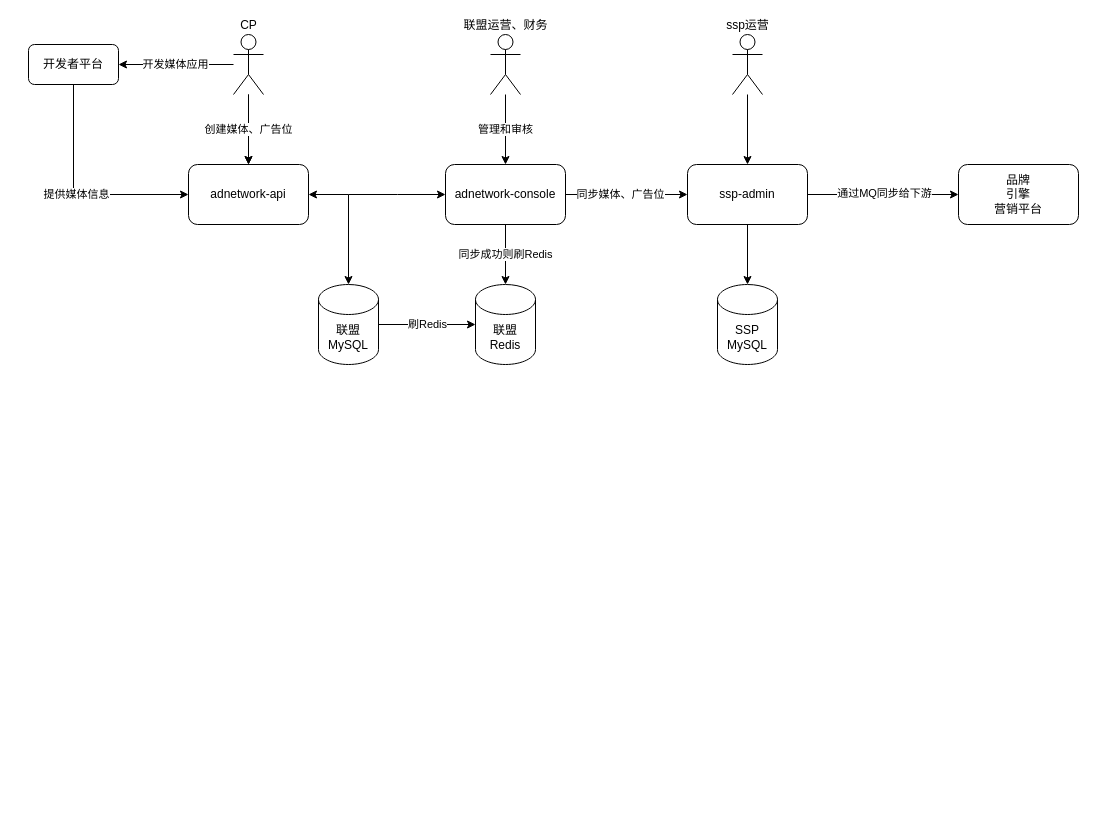
Before: 资源位创建.drawio in hugobbtt/diagrams, a draw.io diagram. Source tidied: cells renumbered, new cells numbered last; positions are measured from the earlier drawing's top-left corner, leaving out a move shared by most shapes. Both pictures are drawn from the tidied source at 100%, with x=0, y=0 at pixel (28, 34).
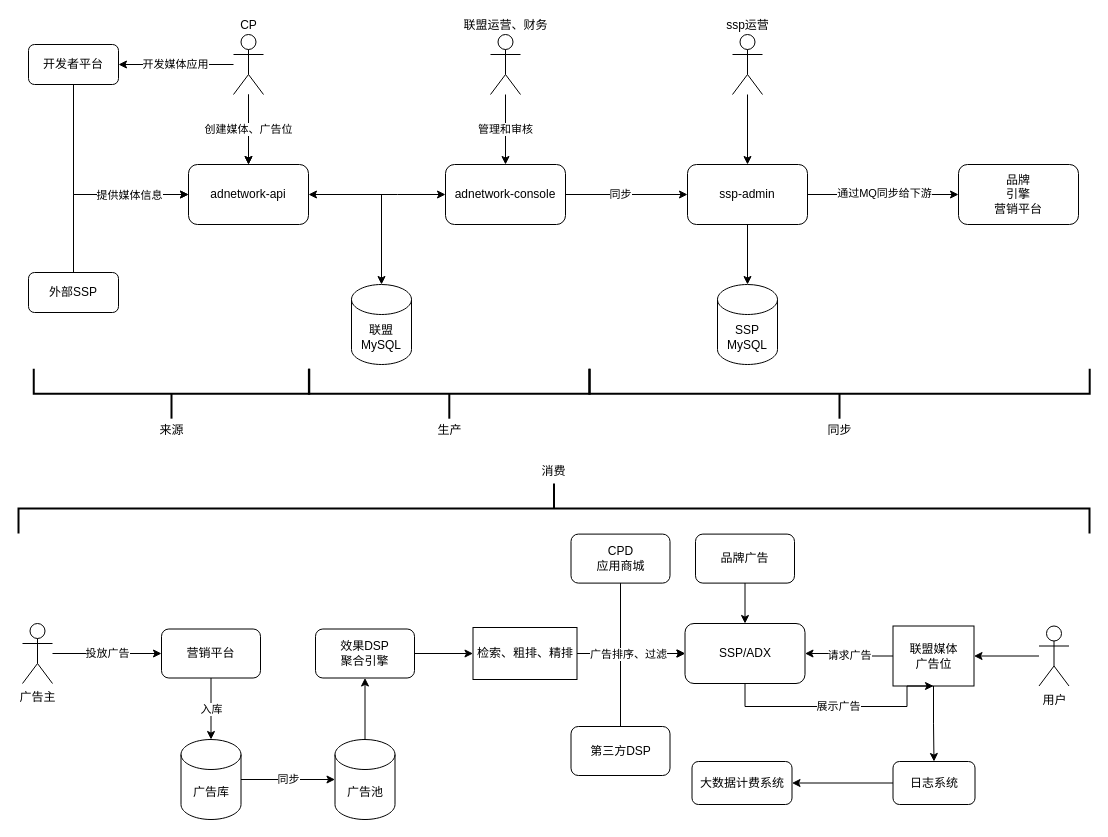
The same diagram, later.

Commit message:
更新资源位创建.drawio

Unchanged cells that the change refers to:
```xml
<mxCell id="3" value="adnetwork-api" style="rounded=1;whiteSpace=wrap;html=1;" parent="1" vertex="1">
  <mxGeometry x="160" y="130" width="120" height="60" as="geometry" />
</mxCell>
<mxCell id="9" value="开发者平台" style="rounded=1;whiteSpace=wrap;html=1;" parent="1" vertex="1">
  <mxGeometry y="10" width="90" height="40" as="geometry" />
</mxCell>
<mxCell id="13" style="edgeStyle=orthogonalEdgeStyle;rounded=0;jettySize=auto;html=1;entryX=0;entryY=0.5;entryDx=0;entryDy=0;startArrow=none;startFill=0;endArrow=classic;endFill=1;" parent="1" edge="1" source="16" target="22">
  <mxGeometry relative="1" as="geometry" />
</mxCell>
<mxCell id="16" value="adnetwork-console" style="rounded=1;whiteSpace=wrap;html=1;" parent="1" vertex="1">
  <mxGeometry x="417" y="130" width="120" height="60" as="geometry" />
</mxCell>
```

The edit, as a diff of the source:
```diff
@@
-    <mxCell id="8" value="提供媒体信息" style="edgeStyle=orthogonalEdgeStyle;rounded=0;jettySize=auto;html=1;entryX=0;entryY=0.5;entryDx=0;entryDy=0;startArrow=none;startFill=0;endArrow=classic;endFill=1;" parent="1" edge="1" source="9" target="3">
-      <mxGeometry relative="1" as="geometry">
+    <mxCell id="8" style="edgeStyle=orthogonalEdgeStyle;rounded=0;jettySize=auto;html=1;entryX=0;entryY=0.5;entryDx=0;entryDy=0;startArrow=none;startFill=0;endArrow=classic;endFill=1;" parent="1" edge="1" source="9" target="3">
+      <mxGeometry x="-0.02" relative="1" as="geometry">
         <Array as="points">
           <mxPoint x="45" y="160" />
         </Array>
       </mxGeometry>
     </mxCell>
@@
-    <mxCell id="10" value="刷Redis" style="edgeStyle=orthogonalEdgeStyle;rounded=0;jettySize=auto;html=1;entryX=0;entryY=0.5;entryDx=0;entryDy=0;entryPerimeter=0;startArrow=none;startFill=0;endArrow=classic;endFill=1;" parent="1" edge="1" source="11" target="25">
-      <mxGeometry relative="1" as="geometry" />
-    </mxCell>
     <mxCell id="11" value="联盟MySQL" style="shape=cylinder3;whiteSpace=wrap;html=1;boundedLbl=1;backgroundOutline=1;size=15;" parent="1" vertex="1">
-      <mxGeometry x="290" y="250" width="60" height="80" as="geometry" />
+      <mxGeometry x="323" y="250" width="60" height="80" as="geometry" />
     </mxCell>
@@
-    <mxCell id="14" value="同步媒体、广告位" style="edgeLabel;html=1;align=center;verticalAlign=middle;" parent="13" vertex="1">
+    <mxCell id="14" value="同步" style="edgeLabel;html=1;align=center;verticalAlign=middle;" parent="13" vertex="1">
       <mxGeometry x="-0.12" y="1" relative="1" as="geometry" />
     </mxCell>
-    <mxCell id="15" value="同步成功则刷Redis" style="edgeStyle=orthogonalEdgeStyle;rounded=0;jettySize=auto;html=1;startArrow=none;startFill=0;endArrow=classic;endFill=1;" parent="1" edge="1" source="16" target="25">
-      <mxGeometry relative="1" as="geometry" />
-    </mxCell>
@@
-    <mxCell id="25" value="联盟&lt;br&gt;Redis" style="shape=cylinder3;whiteSpace=wrap;html=1;boundedLbl=1;backgroundOutline=1;size=15;" parent="1" vertex="1">
-      <mxGeometry x="447" y="250" width="60" height="80" as="geometry" />
-    </mxCell>
@@
+    <mxCell id="28" style="strokeWidth=2;html=1;shape=mxgraph.flowchart.annotation_2;align=left;labelPosition=right;rotation=-90;" parent="1" vertex="1">
+      <mxGeometry x="118" y="221.4" width="50" height="275.5" as="geometry" />
+    </mxCell>
+    <mxCell id="29" value="来源" style="text;html=1;align=center;verticalAlign=middle;" parent="1" vertex="1">
+      <mxGeometry x="126" y="387.2" width="34" height="18" as="geometry" />
+    </mxCell>
+    <mxCell id="30" style="strokeWidth=2;html=1;shape=mxgraph.flowchart.annotation_2;align=left;labelPosition=right;rotation=-90;" parent="1" vertex="1">
+      <mxGeometry x="395.8" y="218.8" width="50" height="280.8" as="geometry" />
+    </mxCell>
+    <mxCell id="31" value="生产" style="text;html=1;align=center;verticalAlign=middle;" parent="1" vertex="1">
+      <mxGeometry x="403.8" y="387.2" width="34" height="18" as="geometry" />
+    </mxCell>
+    <mxCell id="32" style="strokeWidth=2;html=1;shape=mxgraph.flowchart.annotation_2;align=left;labelPosition=right;rotation=-90;" parent="1" vertex="1">
+      <mxGeometry x="786" y="109" width="50" height="500.4" as="geometry" />
+    </mxCell>
+    <mxCell id="33" value="同步" style="text;html=1;align=center;verticalAlign=middle;" parent="1" vertex="1">
+      <mxGeometry x="794" y="387.2" width="34" height="18" as="geometry" />
+    </mxCell>
+    <mxCell id="34" style="edgeStyle=orthogonalEdgeStyle;rounded=0;jettySize=auto;html=1;entryX=0;entryY=0.5;entryDx=0;entryDy=0;" parent="1" edge="1" source="36" target="3">
+      <mxGeometry relative="1" as="geometry">
+        <Array as="points">
+          <mxPoint x="45" y="160" />
+        </Array>
+      </mxGeometry>
+    </mxCell>
+    <mxCell id="35" value="提供媒体信息" style="edgeLabel;html=1;align=center;verticalAlign=middle;" parent="34" vertex="1">
+      <mxGeometry x="0.24" y="-1" relative="1" as="geometry">
+        <mxPoint x="13" y="-1" as="offset" />
+      </mxGeometry>
+    </mxCell>
+    <mxCell id="36" value="外部SSP" style="rounded=1;whiteSpace=wrap;html=1;" parent="1" vertex="1">
+      <mxGeometry y="238" width="90" height="40" as="geometry" />
+    </mxCell>
+    <mxCell id="37" value="投放广告" style="edgeStyle=orthogonalEdgeStyle;rounded=0;jettySize=auto;html=1;entryX=0;entryY=0.5;entryDx=0;entryDy=0;" parent="1" edge="1" source="38" target="40">
+      <mxGeometry relative="1" as="geometry" />
+    </mxCell>
+    <mxCell id="38" value="广告主" style="shape=umlActor;verticalLabelPosition=bottom;verticalAlign=top;html=1;outlineConnect=0;" parent="1" vertex="1">
+      <mxGeometry x="-6" y="589" width="30" height="60" as="geometry" />
+    </mxCell>
+    <mxCell id="39" value="入库" style="edgeStyle=orthogonalEdgeStyle;rounded=0;jettySize=auto;html=1;entryX=0.5;entryY=0;entryDx=0;entryDy=0;entryPerimeter=0;" parent="1" edge="1" source="40" target="42">
+      <mxGeometry relative="1" as="geometry" />
+    </mxCell>
+    <mxCell id="40" value="营销平台" style="rounded=1;whiteSpace=wrap;html=1;" parent="1" vertex="1">
+      <mxGeometry x="133" y="594.5" width="99" height="49" as="geometry" />
+    </mxCell>
+    <mxCell id="41" value="同步" style="edgeStyle=orthogonalEdgeStyle;rounded=0;jettySize=auto;html=1;entryX=0;entryY=0.5;entryDx=0;entryDy=0;entryPerimeter=0;" parent="1" edge="1" source="42" target="44">
+      <mxGeometry relative="1" as="geometry" />
+    </mxCell>
+    <mxCell id="42" value="广告库" style="shape=cylinder3;whiteSpace=wrap;html=1;boundedLbl=1;backgroundOutline=1;size=15;" parent="1" vertex="1">
+      <mxGeometry x="152.5" y="705" width="60" height="80" as="geometry" />
+    </mxCell>
+    <mxCell id="43" style="edgeStyle=orthogonalEdgeStyle;rounded=0;jettySize=auto;html=1;entryX=0.5;entryY=1;entryDx=0;entryDy=0;" parent="1" edge="1" source="44" target="53">
+      <mxGeometry relative="1" as="geometry" />
+    </mxCell>
+    <mxCell id="44" value="广告池" style="shape=cylinder3;whiteSpace=wrap;html=1;boundedLbl=1;backgroundOutline=1;size=15;" parent="1" vertex="1">
+      <mxGeometry x="306.5" y="705" width="60" height="80" as="geometry" />
+    </mxCell>
+    <mxCell id="45" style="edgeStyle=orthogonalEdgeStyle;rounded=0;jettySize=auto;html=1;entryX=1;entryY=0.5;entryDx=0;entryDy=0;" parent="1" edge="1" source="46" target="49">
+      <mxGeometry relative="1" as="geometry" />
+    </mxCell>
+    <mxCell id="46" value="用户" style="shape=umlActor;verticalLabelPosition=bottom;verticalAlign=top;html=1;outlineConnect=0;" parent="1" vertex="1">
+      <mxGeometry x="1010.5" y="591.5" width="30" height="60" as="geometry" />
+    </mxCell>
+    <mxCell id="47" value="请求广告" style="edgeStyle=orthogonalEdgeStyle;rounded=0;jettySize=auto;html=1;entryX=1;entryY=0.5;entryDx=0;entryDy=0;" parent="1" edge="1" source="49" target="51">
+      <mxGeometry relative="1" as="geometry" />
+    </mxCell>
+    <mxCell id="48" style="edgeStyle=orthogonalEdgeStyle;rounded=0;jettySize=auto;html=1;entryX=0.5;entryY=0;entryDx=0;entryDy=0;" parent="1" edge="1" source="49" target="62">
+      <mxGeometry relative="1" as="geometry" />
+    </mxCell>
+    <mxCell id="49" value="联盟媒体&lt;br&gt;广告位" style="rounded=0;whiteSpace=wrap;html=1;" parent="1" vertex="1">
+      <mxGeometry x="864.5" y="591.5" width="81" height="60" as="geometry" />
+    </mxCell>
+    <mxCell id="50" value="展示广告" style="edgeStyle=orthogonalEdgeStyle;rounded=0;jettySize=auto;html=1;entryX=0.5;entryY=1;entryDx=0;entryDy=0;" parent="1" edge="1" source="51" target="49">
+      <mxGeometry relative="1" as="geometry">
+        <Array as="points">
+          <mxPoint x="716.5" y="672" />
+          <mxPoint x="878.5" y="672" />
+          <mxPoint x="878.5" y="652" />
+        </Array>
+      </mxGeometry>
+    </mxCell>
+    <mxCell id="51" value="SSP/ADX" style="rounded=1;whiteSpace=wrap;html=1;" parent="1" vertex="1">
+      <mxGeometry x="656.5" y="589" width="120" height="60" as="geometry" />
+    </mxCell>
+    <mxCell id="52" style="edgeStyle=orthogonalEdgeStyle;rounded=0;jettySize=auto;html=1;entryX=0;entryY=0.5;entryDx=0;entryDy=0;" parent="1" edge="1" source="53" target="60">
+      <mxGeometry relative="1" as="geometry" />
+    </mxCell>
+    <mxCell id="53" value="效果DSP&lt;br&gt;聚合引擎" style="rounded=1;whiteSpace=wrap;html=1;" parent="1" vertex="1">
+      <mxGeometry x="287" y="594.5" width="99" height="49" as="geometry" />
+    </mxCell>
+    <mxCell id="54" style="edgeStyle=orthogonalEdgeStyle;rounded=0;jettySize=auto;html=1;entryX=0;entryY=0.5;entryDx=0;entryDy=0;" parent="1" edge="1" source="55" target="51">
+      <mxGeometry x="0.53" relative="1" as="geometry">
+        <Array as="points">
+          <mxPoint x="592.5" y="619" />
+        </Array>
+      </mxGeometry>
+    </mxCell>
+    <mxCell id="55" value="CPD&lt;br&gt;应用商城" style="rounded=1;whiteSpace=wrap;html=1;" parent="1" vertex="1">
+      <mxGeometry x="542.5" y="499.6" width="99" height="49" as="geometry" />
+    </mxCell>
+    <mxCell id="56" style="edgeStyle=orthogonalEdgeStyle;rounded=0;jettySize=auto;html=1;entryX=0;entryY=0.5;entryDx=0;entryDy=0;exitX=0.5;exitY=0;exitDx=0;exitDy=0;" parent="1" edge="1" source="57" target="51">
+      <mxGeometry relative="1" as="geometry">
+        <Array as="points">
+          <mxPoint x="592.5" y="619" />
+        </Array>
+      </mxGeometry>
+    </mxCell>
+    <mxCell id="57" value="第三方DSP" style="rounded=1;whiteSpace=wrap;html=1;" parent="1" vertex="1">
+      <mxGeometry x="542.5" y="692" width="99" height="49" as="geometry" />
+    </mxCell>
+    <mxCell id="58" style="edgeStyle=orthogonalEdgeStyle;rounded=0;jettySize=auto;html=1;entryX=0;entryY=0.5;entryDx=0;entryDy=0;" parent="1" edge="1" source="60" target="51">
+      <mxGeometry relative="1" as="geometry" />
+    </mxCell>
+    <mxCell id="59" value="广告排序、过滤" style="edgeLabel;html=1;align=center;verticalAlign=middle;" parent="58" vertex="1">
+      <mxGeometry x="0.15" y="-2" relative="1" as="geometry">
+        <mxPoint x="-11" y="-2" as="offset" />
+      </mxGeometry>
+    </mxCell>
+    <mxCell id="60" value="检索、粗排、精排" style="rounded=0;whiteSpace=wrap;html=1;" parent="1" vertex="1">
+      <mxGeometry x="444.5" y="593" width="104" height="52" as="geometry" />
+    </mxCell>
+    <mxCell id="61" style="edgeStyle=orthogonalEdgeStyle;rounded=0;jettySize=auto;html=1;entryX=1;entryY=0.5;entryDx=0;entryDy=0;" parent="1" edge="1" source="62" target="63">
+      <mxGeometry relative="1" as="geometry" />
+    </mxCell>
+    <mxCell id="62" value="日志系统" style="rounded=1;whiteSpace=wrap;html=1;" parent="1" vertex="1">
+      <mxGeometry x="864.5" y="727" width="82" height="43" as="geometry" />
+    </mxCell>
+    <mxCell id="63" value="大数据计费系统" style="rounded=1;whiteSpace=wrap;html=1;" parent="1" vertex="1">
+      <mxGeometry x="663.5" y="727" width="100" height="43" as="geometry" />
+    </mxCell>
+    <mxCell id="64" style="edgeStyle=orthogonalEdgeStyle;rounded=0;jettySize=auto;html=1;entryX=0.5;entryY=0;entryDx=0;entryDy=0;" parent="1" edge="1" source="65" target="51">
+      <mxGeometry relative="1" as="geometry" />
+    </mxCell>
+    <mxCell id="65" value="品牌广告" style="rounded=1;whiteSpace=wrap;html=1;" parent="1" vertex="1">
+      <mxGeometry x="667" y="499.6" width="99" height="49" as="geometry" />
+    </mxCell>
+    <mxCell id="66" style="strokeWidth=2;html=1;shape=mxgraph.flowchart.annotation_2;align=left;labelPosition=right;rotation=90;" parent="1" vertex="1">
+      <mxGeometry x="500.5" y="-61.5" width="50" height="1071" as="geometry" />
+    </mxCell>
+    <mxCell id="67" value="消费" style="text;html=1;align=center;verticalAlign=middle;" parent="1" vertex="1">
+      <mxGeometry x="508" y="428" width="34" height="18" as="geometry" />
+    </mxCell>
```
